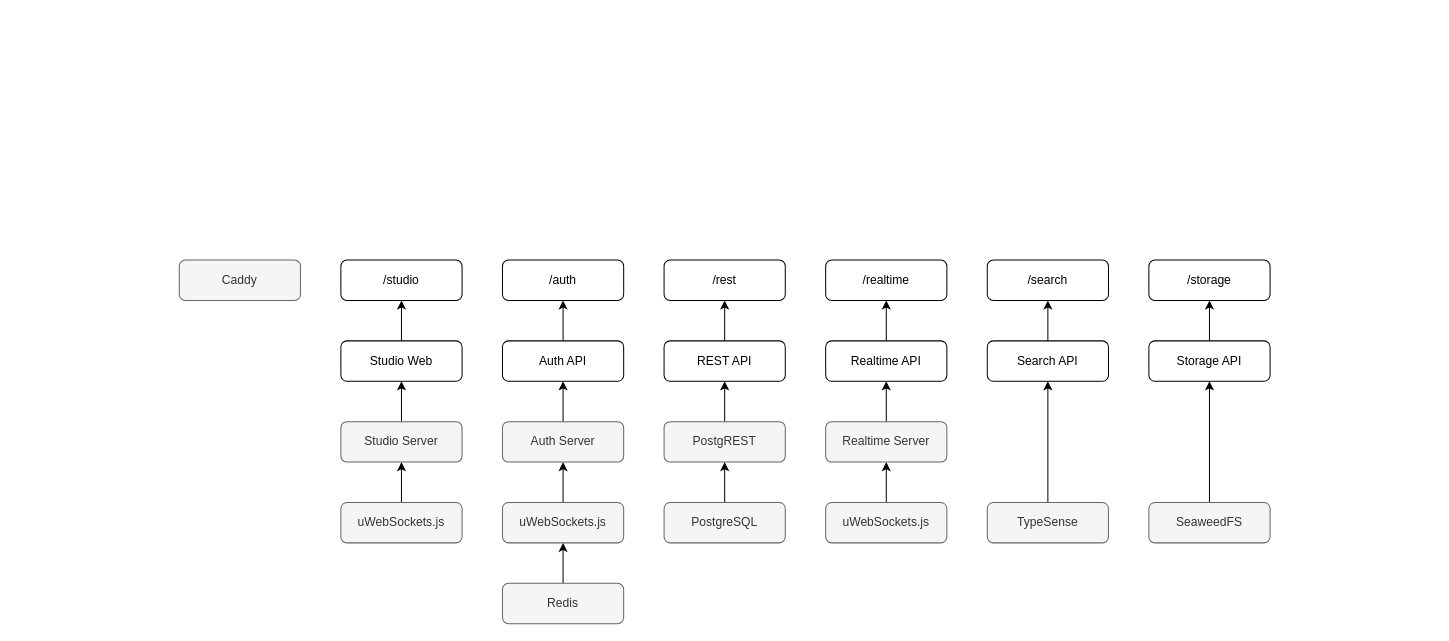
Before: crestfall.drawio in crestfall-sh/drafts, a draw.io diagram. Source tidied: cells renumbered, new cells numbered last; positions are measured from the earlier drawing's top-left corner, leaving out a move shared by most shapes. Both pictures are drawn from the tidied source at 101%, with x=0, y=0 at pixel (179, 260).
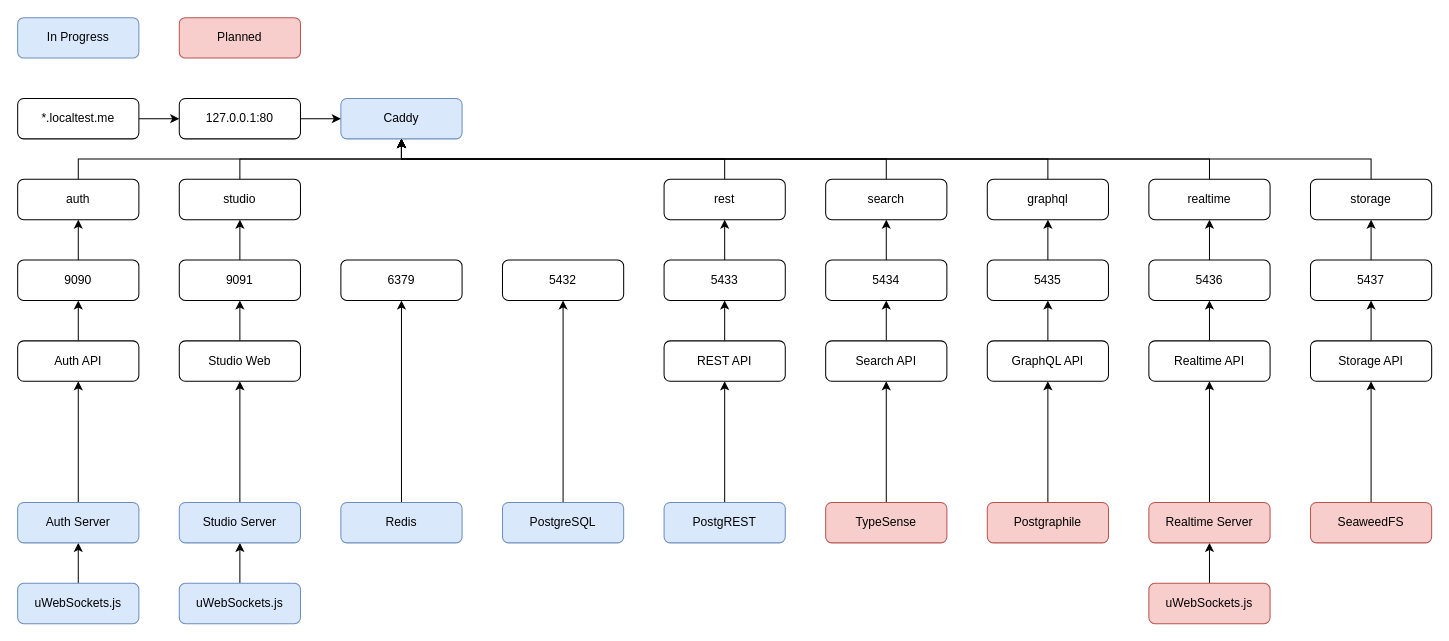
Above is the later version.

The edit, as a diff of the source:
```diff
@@
-    <mxCell id="2" style="edgeStyle=orthogonalEdgeStyle;rounded=0;jettySize=auto;html=1;exitX=0.5;exitY=0;exitDx=0;exitDy=0;entryX=0.5;entryY=1;entryDx=0;entryDy=0;" parent="1" edge="1" source="3" target="11">
-      <mxGeometry relative="1" as="geometry" />
-    </mxCell>
+    <mxCell id="43" style="edgeStyle=orthogonalEdgeStyle;rounded=0;jettySize=auto;html=1;exitX=0.5;exitY=0;exitDx=0;exitDy=0;entryX=0.5;entryY=1;entryDx=0;entryDy=0;" parent="1" edge="1" source="3" target="55">
+      <mxGeometry relative="1" as="geometry" />
+    </mxCell>
-    <mxCell id="3" value="PostgreSQL" style="rounded=1;whiteSpace=wrap;html=1;fillColor=#f5f5f5;fontColor=#333333;strokeColor=#666666;" parent="1" vertex="1">
-      <mxGeometry x="480" y="240" width="120" height="40" as="geometry" />
+    <mxCell id="3" value="PostgreSQL" style="rounded=1;whiteSpace=wrap;html=1;fillColor=#dae8fc;strokeColor=#6c8ebf;" parent="1" vertex="1">
+      <mxGeometry x="320" y="240" width="120" height="40" as="geometry" />
     </mxCell>
@@
-    <mxCell id="5" value="TypeSense" style="rounded=1;whiteSpace=wrap;html=1;fillColor=#f5f5f5;fontColor=#333333;strokeColor=#666666;" parent="1" vertex="1">
-      <mxGeometry x="800" y="240" width="120" height="40" as="geometry" />
+    <mxCell id="5" value="TypeSense" style="rounded=1;whiteSpace=wrap;html=1;fillColor=#f8cecc;strokeColor=#b85450;" parent="1" vertex="1">
+      <mxGeometry x="640" y="240" width="120" height="40" as="geometry" />
     </mxCell>
-    <mxCell id="6" style="edgeStyle=orthogonalEdgeStyle;rounded=0;jettySize=auto;html=1;exitX=0.5;exitY=0;exitDx=0;exitDy=0;entryX=0.5;entryY=1;entryDx=0;entryDy=0;" parent="1" edge="1" source="7" target="19">
-      <mxGeometry relative="1" as="geometry" />
-    </mxCell>
+    <mxCell id="44" style="edgeStyle=orthogonalEdgeStyle;rounded=0;jettySize=auto;html=1;exitX=0.5;exitY=0;exitDx=0;exitDy=0;entryX=0.5;entryY=1;entryDx=0;entryDy=0;" parent="1" edge="1" source="7" target="56">
+      <mxGeometry relative="1" as="geometry" />
+    </mxCell>
-    <mxCell id="7" value="Redis" style="rounded=1;whiteSpace=wrap;html=1;fillColor=#f5f5f5;fontColor=#333333;strokeColor=#666666;" parent="1" vertex="1">
-      <mxGeometry x="320" y="320" width="120" height="40" as="geometry" />
+    <mxCell id="7" value="Redis" style="rounded=1;whiteSpace=wrap;html=1;fillColor=#dae8fc;strokeColor=#6c8ebf;" parent="1" vertex="1">
+      <mxGeometry x="160" y="240" width="120" height="40" as="geometry" />
     </mxCell>
@@
     <mxCell id="9" value="Search API" style="rounded=1;whiteSpace=wrap;html=1;" parent="1" vertex="1">
-      <mxGeometry x="800" y="80" width="120" height="40" as="geometry" />
+      <mxGeometry x="640" y="80" width="120" height="40" as="geometry" />
     </mxCell>
@@
-    <mxCell id="11" value="PostgREST" style="rounded=1;whiteSpace=wrap;html=1;fillColor=#f5f5f5;fontColor=#333333;strokeColor=#666666;" parent="1" vertex="1">
-      <mxGeometry x="480" y="160" width="120" height="40" as="geometry" />
+    <mxCell id="11" value="PostgREST" style="rounded=1;whiteSpace=wrap;html=1;fillColor=#dae8fc;strokeColor=#6c8ebf;" parent="1" vertex="1">
+      <mxGeometry x="480" y="240" width="120" height="40" as="geometry" />
     </mxCell>
@@
-    <mxCell id="15" value="SeaweedFS" style="rounded=1;whiteSpace=wrap;html=1;fillColor=#f5f5f5;fontColor=#333333;strokeColor=#666666;" parent="1" vertex="1">
-      <mxGeometry x="960" y="240" width="120" height="40" as="geometry" />
+    <mxCell id="15" value="SeaweedFS" style="rounded=1;whiteSpace=wrap;html=1;fillColor=#f8cecc;strokeColor=#b85450;" parent="1" vertex="1">
+      <mxGeometry x="1120" y="240" width="120" height="40" as="geometry" />
     </mxCell>
@@
     <mxCell id="17" value="Storage API" style="rounded=1;whiteSpace=wrap;html=1;" parent="1" vertex="1">
-      <mxGeometry x="960" y="80" width="120" height="40" as="geometry" />
+      <mxGeometry x="1120" y="80" width="120" height="40" as="geometry" />
     </mxCell>
@@
-    <mxCell id="19" value="uWebSockets.js" style="rounded=1;whiteSpace=wrap;html=1;fillColor=#f5f5f5;fontColor=#333333;strokeColor=#666666;" parent="1" vertex="1">
-      <mxGeometry x="320" y="240" width="120" height="40" as="geometry" />
+    <mxCell id="19" value="uWebSockets.js" style="rounded=1;whiteSpace=wrap;html=1;fillColor=#dae8fc;strokeColor=#6c8ebf;" parent="1" vertex="1">
+      <mxGeometry x="-160" y="320" width="120" height="40" as="geometry" />
     </mxCell>
@@
     <mxCell id="21" value="Auth API" style="rounded=1;whiteSpace=wrap;html=1;" parent="1" vertex="1">
-      <mxGeometry x="320" y="80" width="120" height="40" as="geometry" />
+      <mxGeometry x="-160" y="80" width="120" height="40" as="geometry" />
     </mxCell>
-    <mxCell id="22" value="Caddy" style="rounded=1;whiteSpace=wrap;html=1;fillColor=#f5f5f5;fontColor=#333333;strokeColor=#666666;" parent="1" vertex="1">
-      <mxGeometry width="120" height="40" as="geometry" />
+    <mxCell id="22" value="Caddy" style="rounded=1;whiteSpace=wrap;html=1;fillColor=#dae8fc;strokeColor=#6c8ebf;" parent="1" vertex="1">
+      <mxGeometry x="160" y="-160" width="120" height="40" as="geometry" />
     </mxCell>
+    <mxCell id="45" style="edgeStyle=orthogonalEdgeStyle;rounded=0;jettySize=auto;html=1;exitX=0.5;exitY=0;exitDx=0;exitDy=0;entryX=0.5;entryY=1;entryDx=0;entryDy=0;" parent="1" edge="1" source="23" target="58">
+      <mxGeometry relative="1" as="geometry" />
+    </mxCell>
-    <mxCell id="23" value="/auth" style="rounded=1;whiteSpace=wrap;html=1;" parent="1" vertex="1">
-      <mxGeometry x="320" width="120" height="40" as="geometry" />
+    <mxCell id="23" value="9090" style="rounded=1;whiteSpace=wrap;html=1;" parent="1" vertex="1">
+      <mxGeometry x="-160" width="120" height="40" as="geometry" />
     </mxCell>
+    <mxCell id="46" style="edgeStyle=orthogonalEdgeStyle;rounded=0;jettySize=auto;html=1;exitX=0.5;exitY=0;exitDx=0;exitDy=0;entryX=0.5;entryY=1;entryDx=0;entryDy=0;" parent="1" edge="1" source="24" target="68">
+      <mxGeometry relative="1" as="geometry" />
+    </mxCell>
-    <mxCell id="24" value="/rest" style="rounded=1;whiteSpace=wrap;html=1;" parent="1" vertex="1">
+    <mxCell id="24" value="5433" style="rounded=1;whiteSpace=wrap;html=1;" parent="1" vertex="1">
       <mxGeometry x="480" width="120" height="40" as="geometry" />
     </mxCell>
+    <mxCell id="47" style="edgeStyle=orthogonalEdgeStyle;rounded=0;jettySize=auto;html=1;exitX=0.5;exitY=0;exitDx=0;exitDy=0;entryX=0.5;entryY=1;entryDx=0;entryDy=0;" parent="1" edge="1" source="25" target="70">
+      <mxGeometry relative="1" as="geometry" />
+    </mxCell>
-    <mxCell id="25" value="/search" style="rounded=1;whiteSpace=wrap;html=1;" parent="1" vertex="1">
-      <mxGeometry x="800" width="120" height="40" as="geometry" />
+    <mxCell id="25" value="5434" style="rounded=1;whiteSpace=wrap;html=1;" parent="1" vertex="1">
+      <mxGeometry x="640" width="120" height="40" as="geometry" />
     </mxCell>
+    <mxCell id="48" style="edgeStyle=orthogonalEdgeStyle;rounded=0;jettySize=auto;html=1;exitX=0.5;exitY=0;exitDx=0;exitDy=0;entryX=0.5;entryY=1;entryDx=0;entryDy=0;" parent="1" edge="1" source="26" target="76">
+      <mxGeometry relative="1" as="geometry" />
+    </mxCell>
-    <mxCell id="26" value="/storage" style="rounded=1;whiteSpace=wrap;html=1;" parent="1" vertex="1">
-      <mxGeometry x="960" width="120" height="40" as="geometry" />
+    <mxCell id="26" value="5437" style="rounded=1;whiteSpace=wrap;html=1;" parent="1" vertex="1">
+      <mxGeometry x="1120" width="120" height="40" as="geometry" />
     </mxCell>
@@
-    <mxCell id="28" value="uWebSockets.js" style="rounded=1;whiteSpace=wrap;html=1;fillColor=#f5f5f5;fontColor=#333333;strokeColor=#666666;" parent="1" vertex="1">
-      <mxGeometry x="640" y="240" width="120" height="40" as="geometry" />
+    <mxCell id="28" value="uWebSockets.js" style="rounded=1;whiteSpace=wrap;html=1;fillColor=#f8cecc;strokeColor=#b85450;" parent="1" vertex="1">
+      <mxGeometry x="960" y="320" width="120" height="40" as="geometry" />
     </mxCell>
@@
     <mxCell id="30" value="&lt;div&gt;Realtime API&lt;/div&gt;" style="rounded=1;whiteSpace=wrap;html=1;" parent="1" vertex="1">
-      <mxGeometry x="640" y="80" width="120" height="40" as="geometry" />
+      <mxGeometry x="960" y="80" width="120" height="40" as="geometry" />
     </mxCell>
+    <mxCell id="49" style="edgeStyle=orthogonalEdgeStyle;rounded=0;jettySize=auto;html=1;exitX=0.5;exitY=0;exitDx=0;exitDy=0;entryX=0.5;entryY=1;entryDx=0;entryDy=0;" parent="1" edge="1" source="31" target="74">
+      <mxGeometry relative="1" as="geometry" />
+    </mxCell>
-    <mxCell id="31" value="/realtime" style="rounded=1;whiteSpace=wrap;html=1;" parent="1" vertex="1">
-      <mxGeometry x="640" width="120" height="40" as="geometry" />
+    <mxCell id="31" value="5436" style="rounded=1;whiteSpace=wrap;html=1;" parent="1" vertex="1">
+      <mxGeometry x="960" width="120" height="40" as="geometry" />
     </mxCell>
@@
-    <mxCell id="33" value="Auth Server" style="rounded=1;whiteSpace=wrap;html=1;fillColor=#f5f5f5;fontColor=#333333;strokeColor=#666666;" parent="1" vertex="1">
-      <mxGeometry x="320" y="160" width="120" height="40" as="geometry" />
+    <mxCell id="33" value="Auth Server" style="rounded=1;whiteSpace=wrap;html=1;fillColor=#dae8fc;strokeColor=#6c8ebf;" parent="1" vertex="1">
+      <mxGeometry x="-160" y="240" width="120" height="40" as="geometry" />
     </mxCell>
@@
-    <mxCell id="35" value="Realtime Server" style="rounded=1;whiteSpace=wrap;html=1;fillColor=#f5f5f5;fontColor=#333333;strokeColor=#666666;" parent="1" vertex="1">
-      <mxGeometry x="640" y="160" width="120" height="40" as="geometry" />
+    <mxCell id="35" value="Realtime Server" style="rounded=1;whiteSpace=wrap;html=1;fillColor=#f8cecc;strokeColor=#b85450;" parent="1" vertex="1">
+      <mxGeometry x="960" y="240" width="120" height="40" as="geometry" />
     </mxCell>
@@
-    <mxCell id="37" value="uWebSockets.js" style="rounded=1;whiteSpace=wrap;html=1;fillColor=#f5f5f5;fontColor=#333333;strokeColor=#666666;" parent="1" vertex="1">
-      <mxGeometry x="160" y="240" width="120" height="40" as="geometry" />
+    <mxCell id="37" value="uWebSockets.js" style="rounded=1;whiteSpace=wrap;html=1;fillColor=#dae8fc;strokeColor=#6c8ebf;" parent="1" vertex="1">
+      <mxGeometry y="320" width="120" height="40" as="geometry" />
     </mxCell>
@@
-    <mxCell id="39" value="Studio Server" style="rounded=1;whiteSpace=wrap;html=1;fillColor=#f5f5f5;fontColor=#333333;strokeColor=#666666;" parent="1" vertex="1">
-      <mxGeometry x="160" y="160" width="120" height="40" as="geometry" />
+    <mxCell id="39" value="Studio Server" style="rounded=1;whiteSpace=wrap;html=1;fillColor=#dae8fc;strokeColor=#6c8ebf;" parent="1" vertex="1">
+      <mxGeometry y="240" width="120" height="40" as="geometry" />
     </mxCell>
@@
     <mxCell id="41" value="Studio Web" style="rounded=1;whiteSpace=wrap;html=1;" parent="1" vertex="1">
-      <mxGeometry x="160" y="80" width="120" height="40" as="geometry" />
+      <mxGeometry y="80" width="120" height="40" as="geometry" />
     </mxCell>
+    <mxCell id="50" style="edgeStyle=orthogonalEdgeStyle;rounded=0;jettySize=auto;html=1;exitX=0.5;exitY=0;exitDx=0;exitDy=0;entryX=0.5;entryY=1;entryDx=0;entryDy=0;" parent="1" edge="1" source="42" target="66">
+      <mxGeometry relative="1" as="geometry" />
+    </mxCell>
-    <mxCell id="42" value="/studio" style="rounded=1;whiteSpace=wrap;html=1;" parent="1" vertex="1">
-      <mxGeometry x="160" width="120" height="40" as="geometry" />
+    <mxCell id="42" value="9091" style="rounded=1;whiteSpace=wrap;html=1;" parent="1" vertex="1">
+      <mxGeometry width="120" height="40" as="geometry" />
     </mxCell>
+    <mxCell id="51" style="edgeStyle=orthogonalEdgeStyle;rounded=0;jettySize=auto;html=1;exitX=1;exitY=0.5;exitDx=0;exitDy=0;entryX=0;entryY=0.5;entryDx=0;entryDy=0;" parent="1" edge="1" source="52" target="54">
+      <mxGeometry relative="1" as="geometry" />
+    </mxCell>
+    <mxCell id="52" value="*.localtest.me" style="rounded=1;whiteSpace=wrap;html=1;" parent="1" vertex="1">
+      <mxGeometry x="-160" y="-160" width="120" height="40" as="geometry" />
+    </mxCell>
+    <mxCell id="53" style="edgeStyle=orthogonalEdgeStyle;rounded=0;jettySize=auto;html=1;exitX=1;exitY=0.5;exitDx=0;exitDy=0;entryX=0;entryY=0.5;entryDx=0;entryDy=0;" parent="1" edge="1" source="54" target="22">
+      <mxGeometry relative="1" as="geometry" />
+    </mxCell>
+    <mxCell id="54" value="127.0.0.1:80" style="rounded=1;whiteSpace=wrap;html=1;" parent="1" vertex="1">
+      <mxGeometry y="-160" width="120" height="40" as="geometry" />
+    </mxCell>
+    <mxCell id="55" value="5432" style="rounded=1;whiteSpace=wrap;html=1;" parent="1" vertex="1">
+      <mxGeometry x="320" width="120" height="40" as="geometry" />
+    </mxCell>
+    <mxCell id="56" value="6379" style="rounded=1;whiteSpace=wrap;html=1;" parent="1" vertex="1">
+      <mxGeometry x="160" width="120" height="40" as="geometry" />
+    </mxCell>
+    <mxCell id="57" style="edgeStyle=orthogonalEdgeStyle;rounded=0;jettySize=auto;html=1;exitX=0.5;exitY=0;exitDx=0;exitDy=0;entryX=0.5;entryY=1;entryDx=0;entryDy=0;" parent="1" edge="1" source="58" target="22">
+      <mxGeometry relative="1" as="geometry" />
+    </mxCell>
+    <mxCell id="58" value="auth" style="rounded=1;whiteSpace=wrap;html=1;" parent="1" vertex="1">
+      <mxGeometry x="-160" y="-80" width="120" height="40" as="geometry" />
+    </mxCell>
+    <mxCell id="59" style="edgeStyle=orthogonalEdgeStyle;rounded=0;jettySize=auto;html=1;exitX=0.5;exitY=0;exitDx=0;exitDy=0;entryX=0.5;entryY=1;entryDx=0;entryDy=0;" parent="1" edge="1" source="60" target="62">
+      <mxGeometry relative="1" as="geometry" />
+    </mxCell>
+    <mxCell id="60" value="Postgraphile" style="rounded=1;whiteSpace=wrap;html=1;fillColor=#f8cecc;strokeColor=#b85450;" parent="1" vertex="1">
+      <mxGeometry x="800" y="240" width="120" height="40" as="geometry" />
+    </mxCell>
+    <mxCell id="61" style="edgeStyle=orthogonalEdgeStyle;rounded=0;jettySize=auto;html=1;exitX=0.5;exitY=0;exitDx=0;exitDy=0;entryX=0.5;entryY=1;entryDx=0;entryDy=0;" parent="1" edge="1" source="62" target="64">
+      <mxGeometry relative="1" as="geometry" />
+    </mxCell>
+    <mxCell id="62" value="GraphQL API" style="rounded=1;whiteSpace=wrap;html=1;" parent="1" vertex="1">
+      <mxGeometry x="800" y="80" width="120" height="40" as="geometry" />
+    </mxCell>
+    <mxCell id="63" style="edgeStyle=orthogonalEdgeStyle;rounded=0;jettySize=auto;html=1;exitX=0.5;exitY=0;exitDx=0;exitDy=0;entryX=0.5;entryY=1;entryDx=0;entryDy=0;" parent="1" edge="1" source="64" target="72">
+      <mxGeometry relative="1" as="geometry" />
+    </mxCell>
+    <mxCell id="64" value="5435" style="rounded=1;whiteSpace=wrap;html=1;" parent="1" vertex="1">
+      <mxGeometry x="800" width="120" height="40" as="geometry" />
+    </mxCell>
+    <mxCell id="65" style="edgeStyle=orthogonalEdgeStyle;rounded=0;jettySize=auto;html=1;exitX=0.5;exitY=0;exitDx=0;exitDy=0;entryX=0.5;entryY=1;entryDx=0;entryDy=0;" parent="1" edge="1" source="66" target="22">
+      <mxGeometry relative="1" as="geometry" />
+    </mxCell>
+    <mxCell id="66" value="studio" style="rounded=1;whiteSpace=wrap;html=1;" parent="1" vertex="1">
+      <mxGeometry y="-80" width="120" height="40" as="geometry" />
+    </mxCell>
+    <mxCell id="67" style="edgeStyle=orthogonalEdgeStyle;rounded=0;jettySize=auto;html=1;exitX=0.5;exitY=0;exitDx=0;exitDy=0;entryX=0.5;entryY=1;entryDx=0;entryDy=0;" parent="1" edge="1" source="68" target="22">
+      <mxGeometry relative="1" as="geometry" />
+    </mxCell>
+    <mxCell id="68" value="rest" style="rounded=1;whiteSpace=wrap;html=1;" parent="1" vertex="1">
+      <mxGeometry x="480" y="-80" width="120" height="40" as="geometry" />
+    </mxCell>
+    <mxCell id="69" style="edgeStyle=orthogonalEdgeStyle;rounded=0;jettySize=auto;html=1;exitX=0.5;exitY=0;exitDx=0;exitDy=0;entryX=0.5;entryY=1;entryDx=0;entryDy=0;" parent="1" edge="1" source="70" target="22">
+      <mxGeometry relative="1" as="geometry" />
+    </mxCell>
+    <mxCell id="70" value="search" style="rounded=1;whiteSpace=wrap;html=1;" parent="1" vertex="1">
+      <mxGeometry x="640" y="-80" width="120" height="40" as="geometry" />
+    </mxCell>
+    <mxCell id="71" style="edgeStyle=orthogonalEdgeStyle;rounded=0;jettySize=auto;html=1;exitX=0.5;exitY=0;exitDx=0;exitDy=0;entryX=0.5;entryY=1;entryDx=0;entryDy=0;" parent="1" edge="1" source="72" target="22">
+      <mxGeometry relative="1" as="geometry" />
+    </mxCell>
+    <mxCell id="72" value="graphql" style="rounded=1;whiteSpace=wrap;html=1;" parent="1" vertex="1">
+      <mxGeometry x="800" y="-80" width="120" height="40" as="geometry" />
+    </mxCell>
+    <mxCell id="73" style="edgeStyle=orthogonalEdgeStyle;rounded=0;jettySize=auto;html=1;exitX=0.5;exitY=0;exitDx=0;exitDy=0;entryX=0.5;entryY=1;entryDx=0;entryDy=0;" parent="1" edge="1" source="74" target="22">
+      <mxGeometry relative="1" as="geometry" />
+    </mxCell>
+    <mxCell id="74" value="realtime" style="rounded=1;whiteSpace=wrap;html=1;" parent="1" vertex="1">
+      <mxGeometry x="960" y="-80" width="120" height="40" as="geometry" />
+    </mxCell>
+    <mxCell id="75" style="edgeStyle=orthogonalEdgeStyle;rounded=0;jettySize=auto;html=1;exitX=0.5;exitY=0;exitDx=0;exitDy=0;entryX=0.5;entryY=1;entryDx=0;entryDy=0;" parent="1" edge="1" source="76" target="22">
+      <mxGeometry relative="1" as="geometry" />
+    </mxCell>
+    <mxCell id="76" value="storage" style="rounded=1;whiteSpace=wrap;html=1;" parent="1" vertex="1">
+      <mxGeometry x="1120" y="-80" width="120" height="40" as="geometry" />
+    </mxCell>
+    <mxCell id="77" value="In Progress" style="rounded=1;whiteSpace=wrap;html=1;fillColor=#dae8fc;strokeColor=#6c8ebf;" parent="1" vertex="1">
+      <mxGeometry x="-160" y="-240" width="120" height="40" as="geometry" />
+    </mxCell>
+    <mxCell id="78" value="Planned" style="rounded=1;whiteSpace=wrap;html=1;fillColor=#f8cecc;strokeColor=#b85450;" parent="1" vertex="1">
+      <mxGeometry y="-240" width="120" height="40" as="geometry" />
+    </mxCell>
```
